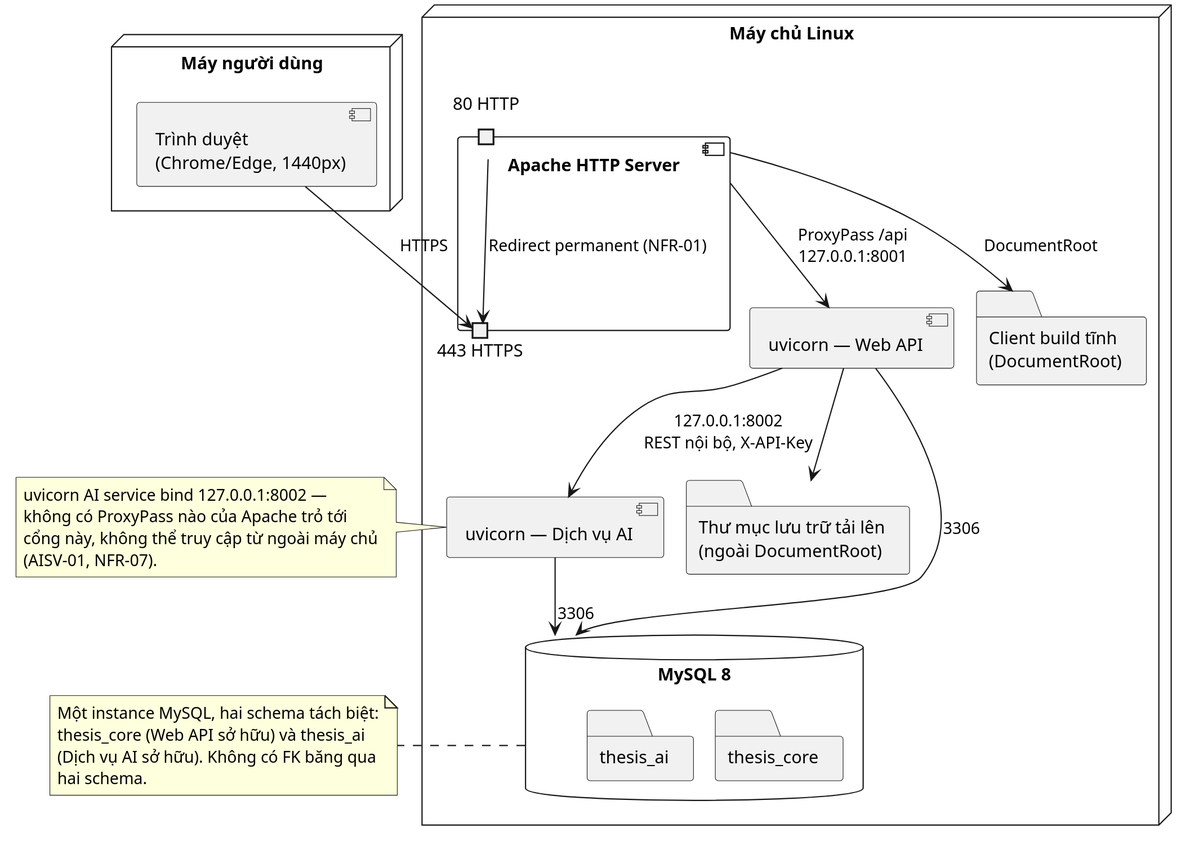
This is docs/chuong-3-thiet-ke/kien-truc/deployment.svg from dtc235200036-alt/ICTU-DATN-NguyenThiMaiAnh, a PlantUML export, as it was before one commit. Its diagram source:
```plantuml
@startuml
skinparam defaultFontName "Noto Sans"
skinparam shadowing false
skinparam dpi 150
skinparam backgroundColor white
skinparam classAttributeIconSize 0
!pragma layout smetana
skinparam linetype ortho

node "Máy người dùng" as UserMachine {
  component "Trình duyệt\n(Chrome/Edge, 1440px)" as Browser
}

node "Máy chủ Linux" as Server {

  component "Apache HTTP Server" as Apache {
    portin "443 HTTPS" as P443
    portin "80 HTTP" as P80
  }

  component "uvicorn — Web API" as WebAPI
  component "uvicorn — Dịch vụ AI" as AIService

  database "MySQL 8" as MySQL {
    folder "thesis_core" as SchemaCore
    folder "thesis_ai" as SchemaAI
  }

  folder "Thư mục lưu trữ tải lên\n(ngoài DocumentRoot)" as UploadDir
  folder "Client build tĩnh\n(DocumentRoot)" as ClientBuild
}

Browser --> P443 : HTTPS
P80 --> P443 : "Redirect permanent (NFR-01)"
Apache --> ClientBuild : "DocumentRoot"
Apache --> WebAPI : "ProxyPass /api\n127.0.0.1:8001"
WebAPI --> MySQL : "3306"
WebAPI --> UploadDir
WebAPI --> AIService : "127.0.0.1:8002\nREST nội bộ, X-API-Key"
AIService --> MySQL : "3306"

note right of AIService
  uvicorn AI service bind 127.0.0.1:8002 —
  không có ProxyPass nào của Apache trỏ tới
  cổng này, không thể truy cập từ ngoài máy chủ
  (AISV-01, NFR-07).
end note

note right of MySQL
  Một instance MySQL, hai schema tách biệt:
  thesis_core (Web API sở hữu) và thesis_ai
  (Dịch vụ AI sở hữu). Không có FK băng qua
  hai schema.
end note
@enduml
```
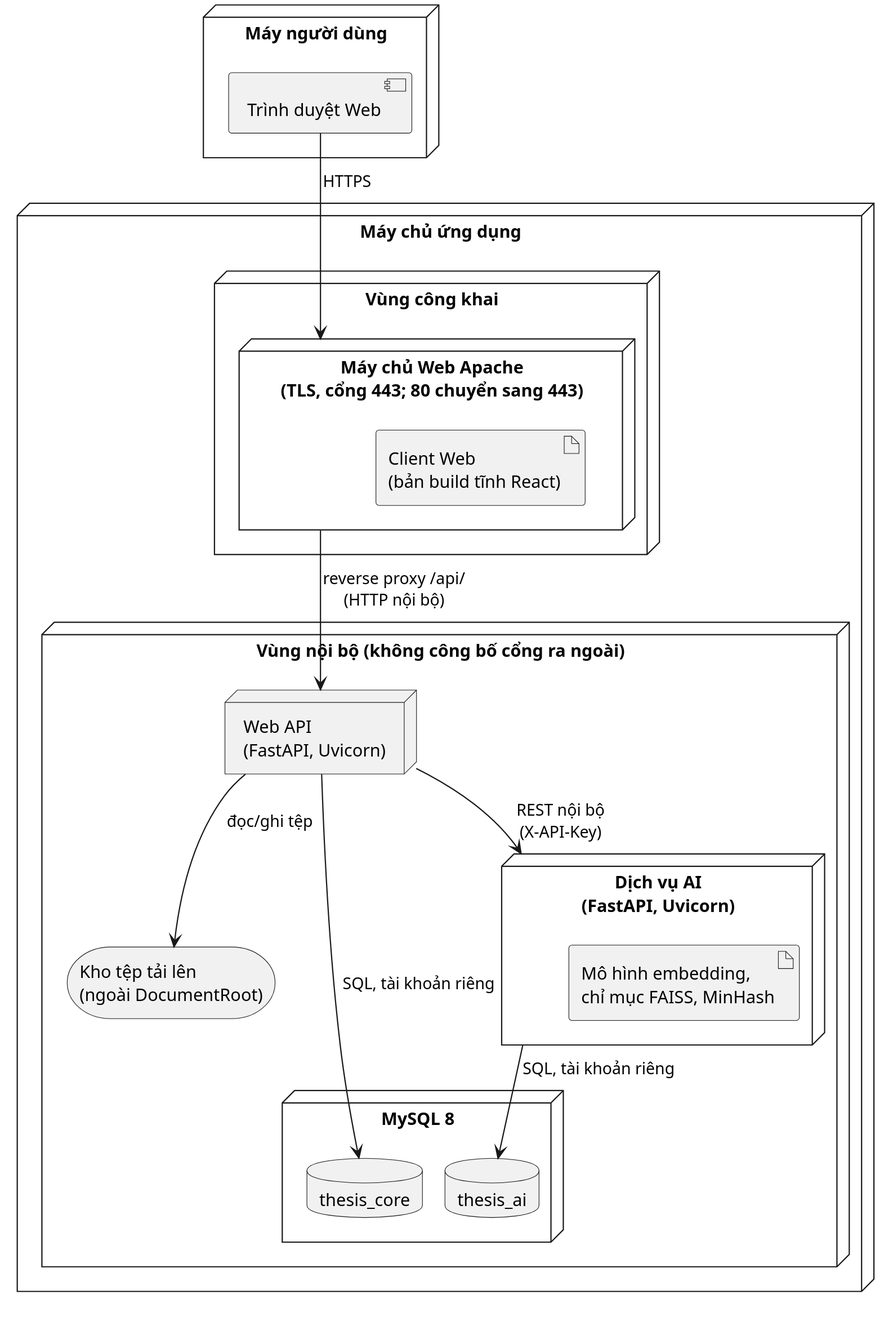
The same file after the commit.

What changed in the source:
```diff
@@ -5,51 +5,36 @@
 skinparam backgroundColor white
 skinparam classAttributeIconSize 0
 !pragma layout smetana
-skinparam linetype ortho
+skinparam nodesep 40
+skinparam ranksep 50
 
 node "Máy người dùng" as UserMachine {
-  component "Trình duyệt\n(Chrome/Edge, 1440px)" as Browser
+  component "Trình duyệt Web" as Browser
 }
 
-node "Máy chủ Linux" as Server {
-
-  component "Apache HTTP Server" as Apache {
-    portin "443 HTTPS" as P443
-    portin "80 HTTP" as P80
+node "Máy chủ ứng dụng" as Server {
+  node "Vùng công khai" as Public {
+    node "Máy chủ Web Apache\n(TLS, cổng 443; 80 chuyển sang 443)" as Apache {
+      artifact "Client Web\n(bản build tĩnh React)" as ClientBuild
+    }
   }
-
-  component "uvicorn — Web API" as WebAPI
-  component "uvicorn — Dịch vụ AI" as AIService
-
-  database "MySQL 8" as MySQL {
-    folder "thesis_core" as SchemaCore
-    folder "thesis_ai" as SchemaAI
+  node "Vùng nội bộ (không công bố cổng ra ngoài)" as Internal {
+    node "Web API\n(FastAPI, Uvicorn)" as WebAPI
+    node "Dịch vụ AI\n(FastAPI, Uvicorn)" as AIService {
+      artifact "Mô hình embedding,\nchỉ mục FAISS, MinHash" as AIModel
+    }
+    node "MySQL 8" as MySQL {
+      database "thesis_core" as SchemaCore
+      database "thesis_ai" as SchemaAI
+    }
+    storage "Kho tệp tải lên\n(ngoài DocumentRoot)" as Upload
   }
-
-  folder "Thư mục lưu trữ tải lên\n(ngoài DocumentRoot)" as UploadDir
-  folder "Client build tĩnh\n(DocumentRoot)" as ClientBuild
 }
 
-Browser --> P443 : HTTPS
-P80 --> P443 : "Redirect permanent (NFR-01)"
-Apache --> ClientBuild : "DocumentRoot"
-Apache --> WebAPI : "ProxyPass /api\n127.0.0.1:8001"
-WebAPI --> MySQL : "3306"
-WebAPI --> UploadDir
-WebAPI --> AIService : "127.0.0.1:8002\nREST nội bộ, X-API-Key"
-AIService --> MySQL : "3306"
-
-note right of AIService
-  uvicorn AI service bind 127.0.0.1:8002 —
-  không có ProxyPass nào của Apache trỏ tới
-  cổng này, không thể truy cập từ ngoài máy chủ
-  (AISV-01, NFR-07).
-end note
-
-note right of MySQL
-  Một instance MySQL, hai schema tách biệt:
-  thesis_core (Web API sở hữu) và thesis_ai
-  (Dịch vụ AI sở hữu). Không có FK băng qua
-  hai schema.
-end note
+Browser --> Apache : "HTTPS"
+Apache --> WebAPI : "reverse proxy /api/\n(HTTP nội bộ)"
+WebAPI --> AIService : "REST nội bộ\n(X-API-Key)"
+WebAPI --> SchemaCore : "SQL, tài khoản riêng"
+AIService --> SchemaAI : "SQL, tài khoản riêng"
+WebAPI --> Upload : "đọc/ghi tệp"
 @enduml
```
